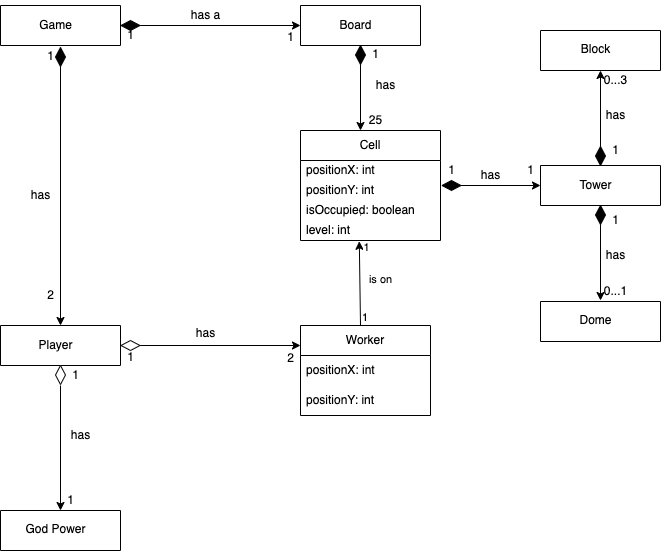
This is domain-model.png from RozayC/test, a draw.io export, as it was before one commit. Source tidied: cells renumbered, new cells last; positions are measured from the earlier drawing's top-left corner, leaving out a move shared by most shapes.
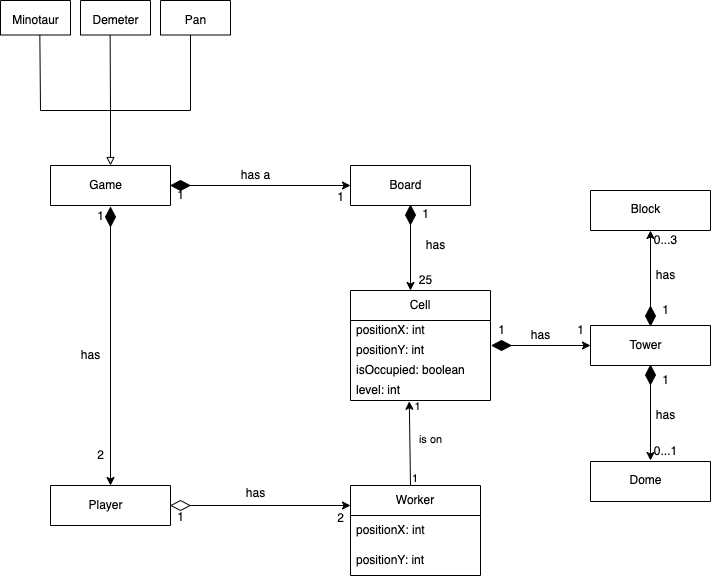
The same file after the commit.

What changed in the source:
```diff
@@ -204,29 +204,51 @@
     <mxCell id="62" value="1" style="text;html=1;align=center;verticalAlign=middle;fillColor=none;strokeColor=none;rounded=0;" parent="1" vertex="1">
       <mxGeometry x="605" y="140" width="20" height="20" as="geometry" />
     </mxCell>
-    <mxCell id="63" style="edgeStyle=orthogonalEdgeStyle;rounded=0;orthogonalLoop=1;jettySize=auto;html=1;" parent="1" edge="1">
-      <mxGeometry relative="1" as="geometry">
-        <mxPoint x="60" y="385" as="sourcePoint" />
-        <mxPoint x="60" y="510" as="targetPoint" />
-      </mxGeometry>
-    </mxCell>
     <mxCell id="64" style="swimlane;startSize=0;" parent="1" vertex="1">
-      <mxGeometry y="510" width="120" height="40" as="geometry" />
+      <mxGeometry x="-50" y="-160" width="70" height="34.5" as="geometry" />
     </mxCell>
-    <mxCell id="65" value="God Power" style="text;html=1;align=center;verticalAlign=middle;strokeColor=none;fillColor=none;" parent="64" vertex="1">
-      <mxGeometry x="15" y="4" width="80" height="30" as="geometry" />
+    <mxCell id="65" value="Minotaur" style="text;html=1;align=center;verticalAlign=middle;strokeColor=none;fillColor=none;" parent="64" vertex="1">
+      <mxGeometry y="4.5" width="70" height="30" as="geometry" />
     </mxCell>
-    <mxCell id="66" value="has" style="text;html=1;align=center;verticalAlign=middle;fillColor=none;strokeColor=none;rounded=0;" parent="1" vertex="1">
-      <mxGeometry x="60" y="420" width="40" height="30" as="geometry" />
-    </mxCell>
-    <mxCell id="67" style="rhombus;whiteSpace=wrap;html=1;fillColor=#ffffff;rotation=-180;" parent="1" vertex="1">
-      <mxGeometry x="55" y="365" width="10" height="19" as="geometry" />
-    </mxCell>
-    <mxCell id="68" value="1" style="text;html=1;align=center;verticalAlign=middle;fillColor=none;strokeColor=none;rounded=0;" parent="1" vertex="1">
-      <mxGeometry x="65" y="364.5" width="20" height="20" as="geometry" />
-    </mxCell>
-    <mxCell id="69" value="1" style="text;html=1;align=center;verticalAlign=middle;fillColor=none;strokeColor=none;rounded=0;" parent="1" vertex="1">
-      <mxGeometry x="60" y="490" width="20" height="20" as="geometry" />
-    </mxCell>
+    <mxCell id="70" style="swimlane;startSize=0;" parent="1" vertex="1">
+      <mxGeometry x="30" y="-160" width="70" height="34.5" as="geometry" />
+    </mxCell>
+    <mxCell id="71" value="Demeter" style="text;html=1;align=center;verticalAlign=middle;strokeColor=none;fillColor=none;" parent="70" vertex="1">
+      <mxGeometry y="4.5" width="70" height="30" as="geometry" />
+    </mxCell>
+    <mxCell id="72" style="swimlane;startSize=0;" parent="1" vertex="1">
+      <mxGeometry x="110" y="-160" width="70" height="34.5" as="geometry" />
+    </mxCell>
+    <mxCell id="73" value="Pan" style="text;html=1;align=center;verticalAlign=middle;strokeColor=none;fillColor=none;" parent="72" vertex="1">
+      <mxGeometry x="15" y="4.5" width="40" height="30" as="geometry" />
+    </mxCell>
+    <mxCell id="74" style="endArrow=block;html=1;rounded=0;endFill=0;entryX=0.5;entryY=0;entryDx=0;entryDy=0;" parent="1" edge="1" target="2">
+      <mxGeometry relative="1" as="geometry">
+        <mxPoint x="60" y="-50" as="sourcePoint" />
+      </mxGeometry>
+    </mxCell>
+    <mxCell id="75" style="endArrow=none;html=1;rounded=0;entryX=0.562;entryY=0.997;entryDx=0;entryDy=0;entryPerimeter=0;" parent="1" edge="1" target="64">
+      <mxGeometry relative="1" as="geometry">
+        <mxPoint x="-10" y="-50" as="sourcePoint" />
+      </mxGeometry>
+    </mxCell>
+    <mxCell id="76" style="endArrow=none;html=1;rounded=0;entryX=0.492;entryY=1.047;entryDx=0;entryDy=0;entryPerimeter=0;" parent="1" edge="1">
+      <mxGeometry relative="1" as="geometry">
+        <mxPoint x="60" y="-50" as="sourcePoint" />
+        <mxPoint x="59.6" y="-125.5" as="targetPoint" />
+      </mxGeometry>
+    </mxCell>
+    <mxCell id="77" style="endArrow=none;html=1;rounded=0;entryX=0.492;entryY=1.047;entryDx=0;entryDy=0;entryPerimeter=0;" parent="1" edge="1">
+      <mxGeometry relative="1" as="geometry">
+        <mxPoint x="140" y="-50" as="sourcePoint" />
+        <mxPoint x="140" y="-125.5" as="targetPoint" />
+      </mxGeometry>
+    </mxCell>
+    <mxCell id="78" style="endArrow=none;html=1;rounded=0;" parent="1" edge="1">
+      <mxGeometry relative="1" as="geometry">
+        <mxPoint x="140" y="-50" as="sourcePoint" />
+        <mxPoint x="-10" y="-50" as="targetPoint" />
+      </mxGeometry>
+    </mxCell>
   </root>
 </mxGraphModel>
```
